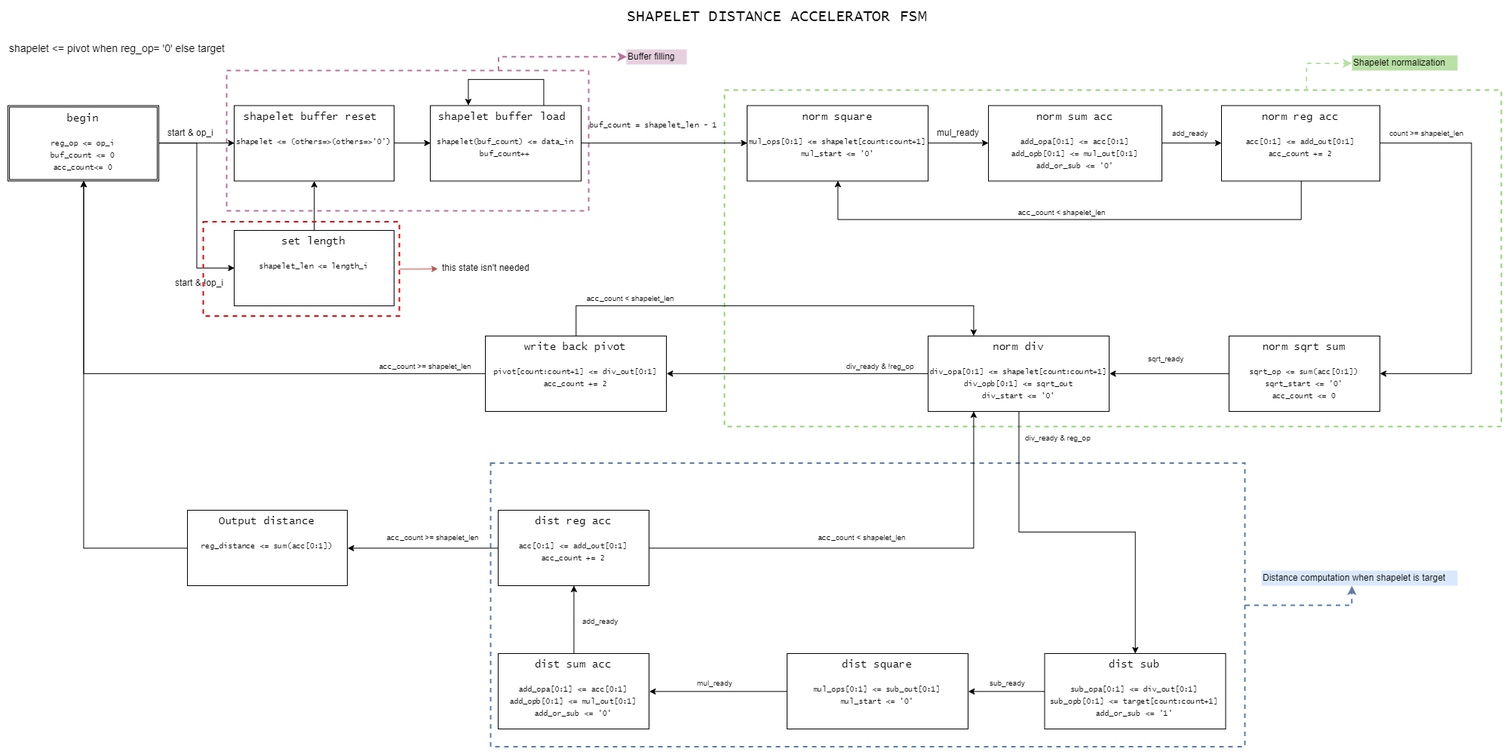
Earlier version of the draw.io export Shapelet distance accelerator FSM.png (vctrop/shapelet_distance_hardware_accelerator). Source tidied: cells renumbered, new cells last; positions are measured from the earlier drawing's top-left corner, leaving out a move shared by most shapes.
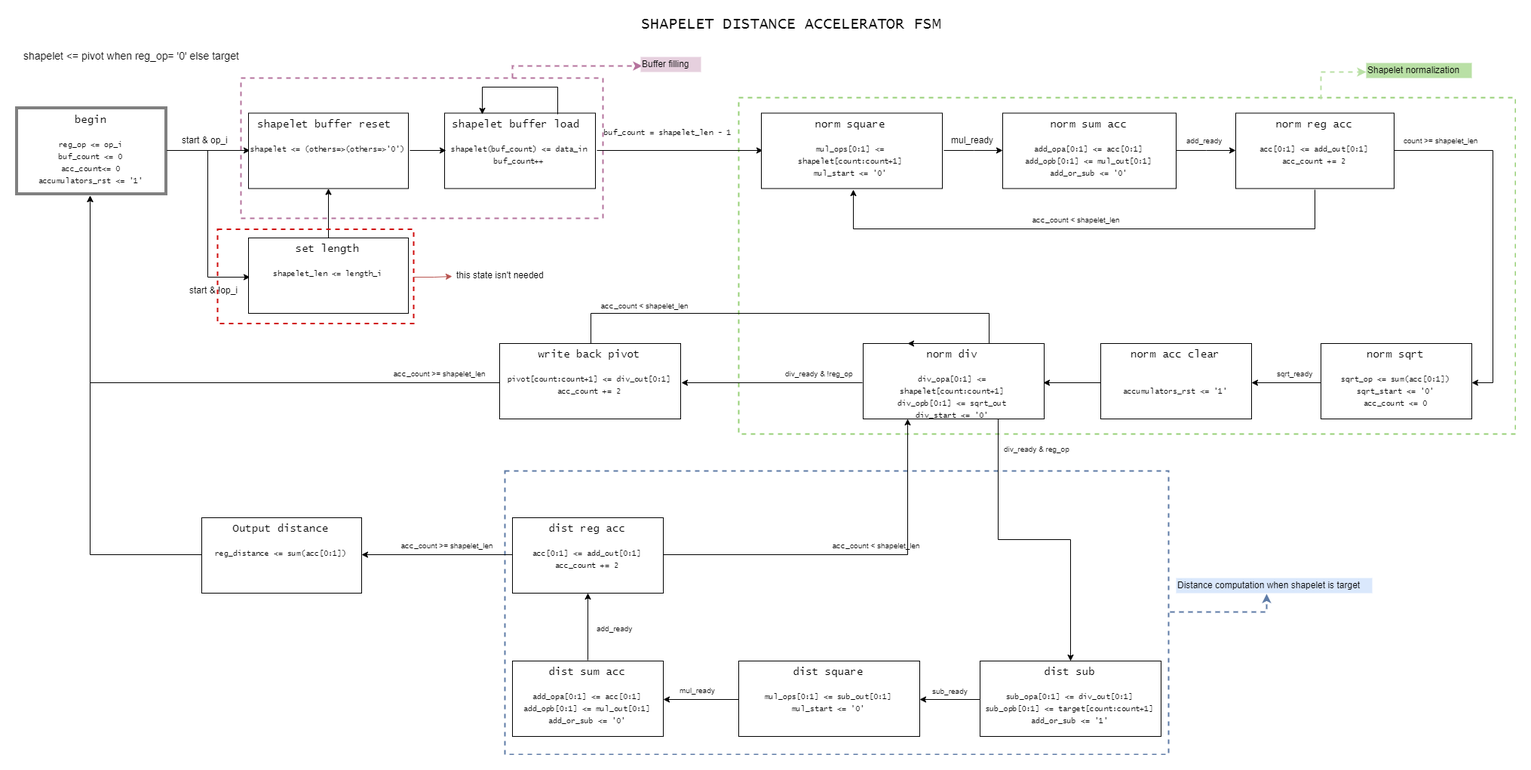
After the change.

Commit message:
Implement distance computation, include new state to clean accumulator and include cycle counter logic in main entity

What changed in the source:
```diff
@@ -17,8 +17,8 @@
     <mxCell id="6" style="edgeStyle=orthogonalEdgeStyle;rounded=0;jettySize=auto;html=1;exitX=1;exitY=0.5;exitDx=0;exitDy=0;entryX=0;entryY=0.5;entryDx=0;entryDy=0;strokeColor=#000000;strokeWidth=1;" parent="1" edge="1" source="7" target="62">
       <mxGeometry relative="1" as="geometry" />
     </mxCell>
-    <mxCell id="7" value="begin&lt;br&gt;&lt;br&gt;&lt;font&gt;&lt;font style=&quot;font-size: 10px&quot;&gt;reg_op &amp;lt;= op_i&lt;br&gt;buf_count &amp;lt;= 0&lt;/font&gt;&lt;br&gt;&lt;font style=&quot;font-size: 10px&quot;&gt;acc_count&amp;lt;= 0&lt;/font&gt;&lt;br&gt;&lt;/font&gt;" style="shape=ext;double=1;rounded=0;whiteSpace=wrap;html=1;fontFamily=Lucida Console;labelBackgroundColor=none;fontSize=14;verticalAlign=top;" parent="1" vertex="1">
-      <mxGeometry y="128.5" width="200" height="100" as="geometry" />
+    <mxCell id="7" value="begin&lt;br&gt;&lt;br&gt;&lt;font&gt;&lt;font style=&quot;font-size: 10px&quot;&gt;reg_op &amp;lt;= op_i&lt;br&gt;buf_count &amp;lt;= 0&lt;/font&gt;&lt;br&gt;&lt;font style=&quot;font-size: 10px&quot;&gt;acc_count&amp;lt;= 0&lt;br&gt;&lt;/font&gt;&lt;font style=&quot;font-size: 10px&quot;&gt;accumulators_rst &amp;lt;= '1'&lt;/font&gt;&lt;br&gt;&lt;/font&gt;" style="shape=ext;double=1;rounded=0;whiteSpace=wrap;html=1;fontFamily=Lucida Console;labelBackgroundColor=none;fontSize=14;verticalAlign=top;" parent="1" vertex="1">
+      <mxGeometry x="-8.5" y="120.5" width="200" height="116" as="geometry" />
     </mxCell>
     <mxCell id="8" style="edgeStyle=orthogonalEdgeStyle;rounded=0;jettySize=auto;html=1;exitX=1;exitY=0.5;exitDx=0;exitDy=0;entryX=0;entryY=0.5;entryDx=0;entryDy=0;" parent="1" edge="1" source="9" target="21">
       <mxGeometry relative="1" as="geometry" />
@@ -50,10 +50,14 @@
       <mxGeometry x="210" y="155" width="80" height="20" as="geometry" />
     </mxCell>
     <mxCell id="16" style="edgeStyle=orthogonalEdgeStyle;rounded=0;jettySize=auto;html=1;exitX=1;exitY=0.5;exitDx=0;exitDy=0;entryX=0.461;entryY=1.019;entryDx=0;entryDy=0;entryPerimeter=0;dashed=1;strokeColor=#5E7BA6;strokeWidth=2;" parent="1" edge="1" source="17" target="54">
-      <mxGeometry relative="1" as="geometry" />
+      <mxGeometry relative="1" as="geometry">
+        <Array as="points">
+          <mxPoint x="1650" y="791" />
+        </Array>
+      </mxGeometry>
     </mxCell>
     <mxCell id="17" style="rounded=0;whiteSpace=wrap;html=1;dashed=1;fillColor=none;strokeColor=#5E7BA6;strokeWidth=2;" parent="1" vertex="1">
-      <mxGeometry x="640" y="602.5" width="1000" height="376" as="geometry" />
+      <mxGeometry x="640" y="603" width="880" height="376" as="geometry" />
     </mxCell>
     <mxCell id="18" style="edgeStyle=orthogonalEdgeStyle;rounded=0;jettySize=auto;html=1;entryX=0.5;entryY=1;entryDx=0;entryDy=0;exitX=0.5;exitY=1;exitDx=0;exitDy=0;" parent="1" edge="1" source="33" target="21">
       <mxGeometry relative="1" as="geometry">
@@ -75,23 +79,29 @@
     <mxCell id="22" value="&lt;font style=&quot;font-size: 10px&quot;&gt;&lt;span style=&quot;font-family: &amp;#34;lucida console&amp;#34; ; text-align: center ; white-space: normal&quot;&gt;acc_&lt;/span&gt;count &amp;lt; shapelet_len&lt;/font&gt;" style="text;html=1;align=left;verticalAlign=top;spacingTop=-4;" parent="1" vertex="1">
       <mxGeometry x="1337" y="259.5" width="130" height="20" as="geometry" />
     </mxCell>
-    <mxCell id="23" style="edgeStyle=orthogonalEdgeStyle;rounded=0;jettySize=auto;html=1;exitX=0;exitY=0.5;exitDx=0;exitDy=0;entryX=1;entryY=0.5;entryDx=0;entryDy=0;" parent="1" edge="1" source="24" target="27">
+    <mxCell id="23" style="edgeStyle=orthogonalEdgeStyle;rounded=0;jettySize=auto;html=1;exitX=0;exitY=0.5;exitDx=0;exitDy=0;entryX=1;entryY=0.5;entryDx=0;entryDy=0;" parent="1" edge="1" source="24" target="70">
       <mxGeometry relative="1" as="geometry" />
     </mxCell>
-    <mxCell id="24" value="norm sqrt sum&lt;br&gt;&lt;font&gt;&lt;br&gt;&lt;span style=&quot;font-size: 10px&quot;&gt;sqrt_op &amp;lt;= sum(acc[0:1])&lt;br&gt;&lt;/span&gt;&lt;font style=&quot;font-size: 10px&quot;&gt;sqrt_start &amp;lt;= '0'&lt;br&gt;&lt;/font&gt;&lt;font style=&quot;font-size: 10px&quot;&gt;acc_count &amp;lt;= 0&lt;/font&gt;&lt;br&gt;&lt;/font&gt;" style="rounded=0;whiteSpace=wrap;html=1;fontFamily=Lucida Console;fontSize=14;verticalAlign=top;direction=east;" parent="1" vertex="1">
-      <mxGeometry x="1619" y="434" width="200" height="100" as="geometry" />
+    <mxCell id="24" value="norm sqrt&lt;br&gt;&lt;font&gt;&lt;br&gt;&lt;span style=&quot;font-size: 10px&quot;&gt;sqrt_op &amp;lt;= sum(acc[0:1])&lt;br&gt;&lt;/span&gt;&lt;font style=&quot;font-size: 10px&quot;&gt;sqrt_start &amp;lt;= '0'&lt;br&gt;&lt;/font&gt;&lt;font style=&quot;font-size: 10px&quot;&gt;acc_count &amp;lt;= 0&lt;/font&gt;&lt;br&gt;&lt;/font&gt;" style="rounded=0;whiteSpace=wrap;html=1;fontFamily=Lucida Console;fontSize=14;verticalAlign=top;direction=east;" parent="1" vertex="1">
+      <mxGeometry x="1722" y="434" width="200" height="100" as="geometry" />
     </mxCell>
     <mxCell id="25" style="edgeStyle=orthogonalEdgeStyle;rounded=0;jettySize=auto;html=1;exitX=0;exitY=0.5;exitDx=0;exitDy=0;entryX=1;entryY=0.5;entryDx=0;entryDy=0;" parent="1" edge="1" source="27" target="39">
       <mxGeometry relative="1" as="geometry" />
     </mxCell>
-    <mxCell id="26" style="edgeStyle=orthogonalEdgeStyle;rounded=0;jettySize=auto;html=1;exitX=0.5;exitY=1;exitDx=0;exitDy=0;" parent="1" edge="1" source="27" target="41">
-      <mxGeometry relative="1" as="geometry" />
+    <mxCell id="26" style="edgeStyle=orthogonalEdgeStyle;rounded=0;jettySize=auto;html=1;" parent="1" edge="1" target="41">
+      <mxGeometry relative="1" as="geometry">
+        <mxPoint x="1294" y="534" as="sourcePoint" />
+        <Array as="points">
+          <mxPoint x="1295" y="694" />
+          <mxPoint x="1390" y="694" />
+        </Array>
+      </mxGeometry>
     </mxCell>
     <mxCell id="27" value="norm div&lt;br&gt;&lt;font&gt;&lt;br&gt;&lt;span style=&quot;font-size: 10px&quot;&gt;div_opa[0:1] &amp;lt;= shapelet[count:count+1]&lt;br&gt;&lt;/span&gt;&lt;font style=&quot;font-size: 10px&quot;&gt;div_opb[0:1] &amp;lt;= sqrt_out&lt;br&gt;&lt;/font&gt;&lt;font style=&quot;font-size: 10px&quot;&gt;div_start &amp;lt;= '0'&lt;/font&gt;&lt;br&gt;&lt;/font&gt;" style="rounded=0;whiteSpace=wrap;html=1;fontFamily=Lucida Console;fontSize=14;verticalAlign=top;direction=east;" parent="1" vertex="1">
-      <mxGeometry x="1220" y="434" width="240" height="100" as="geometry" />
+      <mxGeometry x="1115" y="434" width="240" height="100" as="geometry" />
     </mxCell>
     <mxCell id="28" value="&lt;span style=&quot;font-size: 10px&quot;&gt;div_ready &amp;amp; !reg_op&lt;/span&gt;" style="text;html=1;align=left;verticalAlign=top;spacingTop=-4;direction=east;" parent="1" vertex="1">
-      <mxGeometry x="1110" y="464" width="110" height="20" as="geometry" />
+      <mxGeometry x="1010" y="464" width="110" height="20" as="geometry" />
     </mxCell>
     <mxCell id="29" style="edgeStyle=orthogonalEdgeStyle;rounded=0;jettySize=auto;html=1;exitX=1;exitY=0.5;exitDx=0;exitDy=0;" parent="1" edge="1" source="30" target="33">
       <mxGeometry relative="1" as="geometry" />
@@ -102,11 +112,14 @@
     <mxCell id="31" value="&lt;font style=&quot;font-size: 10px&quot;&gt;add_ready&lt;/font&gt;" style="text;html=1;align=left;verticalAlign=top;spacingTop=-4;" parent="1" vertex="1">
       <mxGeometry x="1542" y="155" width="60" height="20" as="geometry" />
     </mxCell>
-    <mxCell id="32" style="edgeStyle=orthogonalEdgeStyle;rounded=0;jettySize=auto;html=1;exitX=1;exitY=0.5;exitDx=0;exitDy=0;entryX=1;entryY=0.5;entryDx=0;entryDy=0;" parent="1" edge="1" source="33" target="24">
+    <mxCell id="32" style="edgeStyle=orthogonalEdgeStyle;rounded=0;jettySize=auto;html=1;exitX=1;exitY=0.5;exitDx=0;exitDy=0;" parent="1" edge="1" source="33">
       <mxGeometry relative="1" as="geometry">
+        <mxPoint x="1922" y="486" as="targetPoint" />
         <Array as="points">
-          <mxPoint x="1940" y="178" />
-          <mxPoint x="1940" y="484" />
+          <mxPoint x="1819" y="178" />
+          <mxPoint x="1950" y="178" />
+          <mxPoint x="1950" y="484" />
+          <mxPoint x="1922" y="484" />
         </Array>
       </mxGeometry>
     </mxCell>
@@ -120,7 +133,7 @@
       <mxGeometry x="765" y="374" width="130" height="20" as="geometry" />
     </mxCell>
     <mxCell id="36" value="&lt;font style=&quot;font-size: 10px&quot;&gt;div_ready &amp;amp; reg_op&lt;/font&gt;" style="text;html=1;align=left;verticalAlign=top;spacingTop=-4;direction=east;" parent="1" vertex="1">
-      <mxGeometry x="1347" y="558.5" width="100" height="20" as="geometry" />
+      <mxGeometry x="1300" y="564" width="100" height="20" as="geometry" />
     </mxCell>
     <mxCell id="37" style="edgeStyle=orthogonalEdgeStyle;rounded=0;jettySize=auto;html=1;exitX=0.5;exitY=0;exitDx=0;exitDy=0;entryX=0.25;entryY=0;entryDx=0;entryDy=0;" parent="1" edge="1" source="39" target="27">
       <mxGeometry relative="1" as="geometry">
@@ -140,16 +153,16 @@
       <mxGeometry relative="1" as="geometry" />
     </mxCell>
     <mxCell id="41" value="dist sub&lt;br&gt;&lt;font&gt;&lt;br&gt;&lt;span style=&quot;font-size: 10px&quot;&gt;sub_opa[0:1] &amp;lt;= div_out[0:1]&lt;/span&gt;&lt;span style=&quot;font-size: 10px&quot;&gt;&lt;br&gt;sub_opb[0:1] &amp;lt;= target[count:&lt;/span&gt;&lt;span style=&quot;font-size: 10px&quot;&gt;count+1]&lt;/span&gt;&lt;span style=&quot;font-size: 10px&quot;&gt;&lt;br&gt;&lt;/span&gt;&lt;span style=&quot;font-size: 10px&quot;&gt;add_or_sub &amp;lt;= '1'&lt;/span&gt;&lt;br&gt;&lt;/font&gt;" style="rounded=0;whiteSpace=wrap;html=1;fontFamily=Lucida Console;fontSize=14;verticalAlign=top;align=center;" parent="1" vertex="1">
-      <mxGeometry x="1374.5" y="855" width="240" height="100" as="geometry" />
+      <mxGeometry x="1270" y="855" width="240" height="100" as="geometry" />
     </mxCell>
     <mxCell id="42" style="edgeStyle=orthogonalEdgeStyle;rounded=0;jettySize=auto;html=1;exitX=0;exitY=0.5;exitDx=0;exitDy=0;entryX=1;entryY=0.5;entryDx=0;entryDy=0;" parent="1" edge="1" source="43" target="46">
       <mxGeometry relative="1" as="geometry" />
     </mxCell>
     <mxCell id="43" value="dist square&lt;br&gt;&lt;font&gt;&lt;br&gt;&lt;span style=&quot;font-size: 10px&quot;&gt;mul_ops[0:1] &amp;lt;= sub_out[0:&lt;/span&gt;&lt;span style=&quot;font-size: 10px&quot;&gt;1]&lt;br&gt;&lt;/span&gt;&lt;span style=&quot;font-size: 10px&quot;&gt;mul_start &amp;lt;= '0'&lt;/span&gt;&lt;br&gt;&lt;/font&gt;" style="rounded=0;whiteSpace=wrap;html=1;fontFamily=Lucida Console;fontSize=14;verticalAlign=top;align=center;" parent="1" vertex="1">
-      <mxGeometry x="1033" y="855" width="240" height="100" as="geometry" />
+      <mxGeometry x="950" y="855" width="240" height="100" as="geometry" />
     </mxCell>
     <mxCell id="44" value="&lt;font style=&quot;font-size: 10px&quot;&gt;sub_ready&lt;/font&gt;" style="text;html=1;align=left;verticalAlign=top;spacingTop=-4;direction=east;" parent="1" vertex="1">
-      <mxGeometry x="1300" y="884" width="60" height="20" as="geometry" />
+      <mxGeometry x="1205" y="885" width="60" height="20" as="geometry" />
     </mxCell>
     <mxCell id="45" style="edgeStyle=orthogonalEdgeStyle;rounded=0;jettySize=auto;html=1;exitX=0.5;exitY=0;exitDx=0;exitDy=0;" parent="1" edge="1" source="46" target="50">
       <mxGeometry relative="1" as="geometry" />
@@ -158,7 +171,7 @@
       <mxGeometry x="650" y="855" width="200" height="100" as="geometry" />
     </mxCell>
     <mxCell id="47" value="&lt;font style=&quot;font-size: 10px&quot;&gt;mul_ready&lt;/font&gt;" style="text;html=1;align=left;verticalAlign=top;spacingTop=-4;" parent="1" vertex="1">
-      <mxGeometry x="911.5" y="884" width="60" height="20" as="geometry" />
+      <mxGeometry x="870" y="884" width="60" height="20" as="geometry" />
     </mxCell>
     <mxCell id="48" style="edgeStyle=orthogonalEdgeStyle;rounded=0;jettySize=auto;html=1;exitX=1;exitY=0.5;exitDx=0;exitDy=0;entryX=0.25;entryY=1;entryDx=0;entryDy=0;" parent="1" edge="1" source="50" target="27">
       <mxGeometry relative="1" as="geometry" />
@@ -179,7 +192,7 @@
       <mxGeometry x="1072" y="691.5" width="130" height="20" as="geometry" />
     </mxCell>
     <mxCell id="54" value="Distance computation when shapelet is target" style="text;html=1;points=[];align=left;verticalAlign=top;spacingTop=-4;fillColor=#dae8fc;strokeColor=none;" parent="1" vertex="1">
-      <mxGeometry x="1662" y="745" width="260" height="20" as="geometry" />
+      <mxGeometry x="1530" y="745" width="260" height="20" as="geometry" />
     </mxCell>
     <mxCell id="55" style="edgeStyle=orthogonalEdgeStyle;rounded=0;jettySize=auto;html=1;exitX=0.75;exitY=0;exitDx=0;exitDy=0;entryX=0;entryY=0.5;entryDx=0;entryDy=0;entryPerimeter=0;fillColor=#dae8fc;strokeColor=#B5739D;strokeWidth=2;dashed=1;" parent="1" edge="1" source="3" target="56">
       <mxGeometry relative="1" as="geometry">
@@ -195,7 +208,7 @@
       <mxGeometry x="1230" y="155" width="70" height="20" as="geometry" />
     </mxCell>
     <mxCell id="58" value="&lt;font style=&quot;font-size: 10px&quot;&gt;sqrt_ready&lt;/font&gt;" style="text;html=1;align=left;verticalAlign=top;spacingTop=-4;direction=east;" parent="1" vertex="1">
-      <mxGeometry x="1509.5" y="454" width="60" height="20" as="geometry" />
+      <mxGeometry x="1662" y="464" width="60" height="20" as="geometry" />
     </mxCell>
     <mxCell id="59" style="edgeStyle=orthogonalEdgeStyle;rounded=0;jettySize=auto;html=1;exitX=0.75;exitY=0;exitDx=0;exitDy=0;entryX=0;entryY=0.529;entryDx=0;entryDy=0;entryPerimeter=0;dashed=1;strokeColor=#B9E0A5;strokeWidth=2;" parent="1" edge="1" source="2" target="60">
       <mxGeometry relative="1" as="geometry" />
@@ -229,5 +242,11 @@
     <mxCell id="68" value="this state isn't needed" style="text;html=1;align=left;verticalAlign=top;spacingTop=-4;" parent="1" vertex="1">
       <mxGeometry x="574" y="334" width="130" height="20" as="geometry" />
     </mxCell>
+    <mxCell id="69" style="edgeStyle=orthogonalEdgeStyle;rounded=0;jettySize=auto;html=1;exitX=0;exitY=0.5;exitDx=0;exitDy=0;entryX=1;entryY=0.5;entryDx=0;entryDy=0;" parent="1" edge="1" source="70" target="27">
+      <mxGeometry relative="1" as="geometry" />
+    </mxCell>
+    <mxCell id="70" value="norm acc clear&lt;br&gt;&lt;font&gt;&lt;span style=&quot;font-size: 10px&quot;&gt;&lt;br&gt;&lt;/span&gt;&lt;br&gt;&lt;span style=&quot;font-size: 10px&quot;&gt;accumulators_rst &amp;lt;= '1'&lt;/span&gt;&lt;br&gt;&lt;/font&gt;" style="rounded=0;whiteSpace=wrap;html=1;fontFamily=Lucida Console;fontSize=14;verticalAlign=top;direction=east;" parent="1" vertex="1">
+      <mxGeometry x="1430" y="434" width="200" height="100" as="geometry" />
+    </mxCell>
   </root>
 </mxGraphModel>
```
